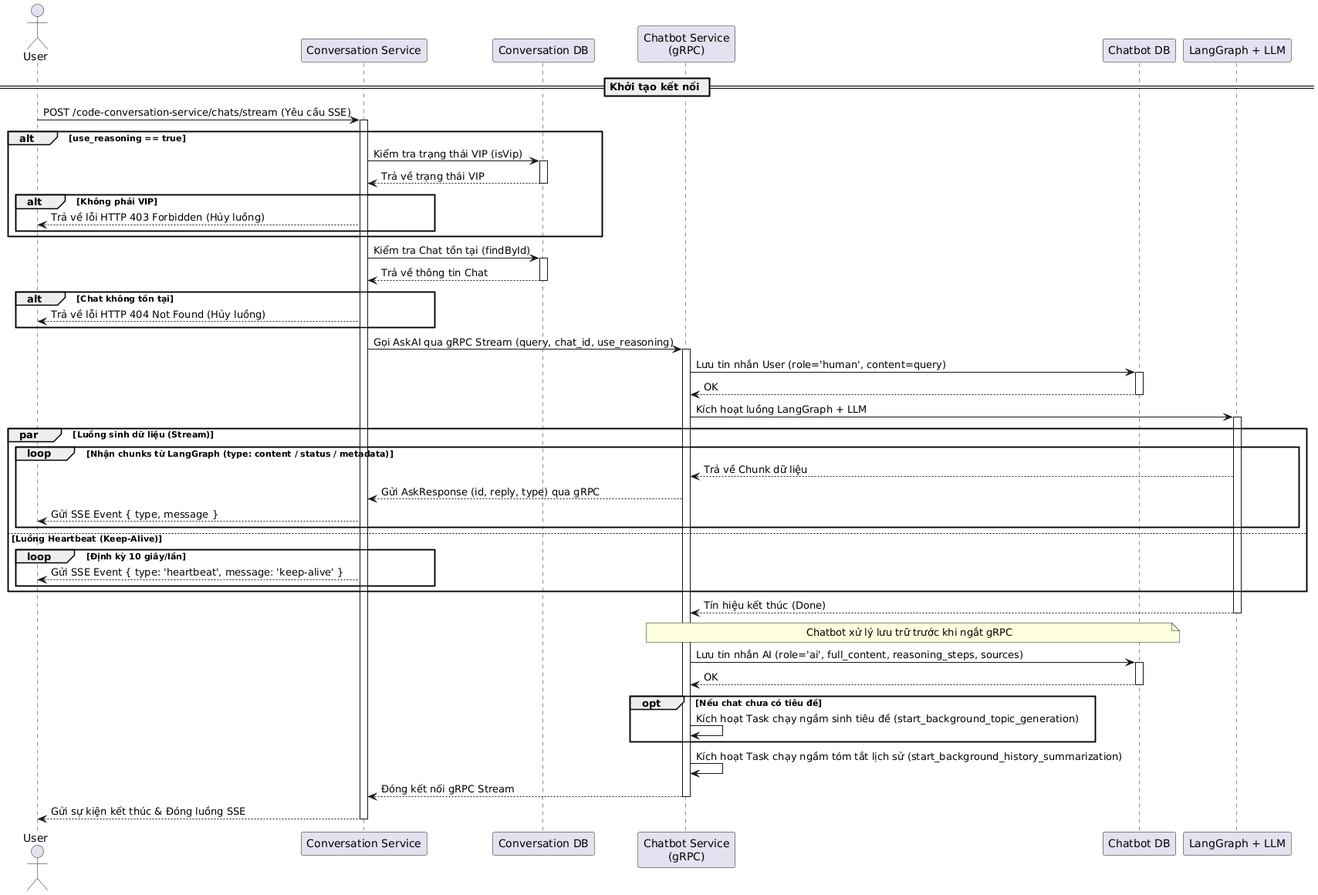
Before: temp/05-sequence/UML-Sequence-17.png, a diagram exported from PlantUML (20206205Tech/docs-uml).
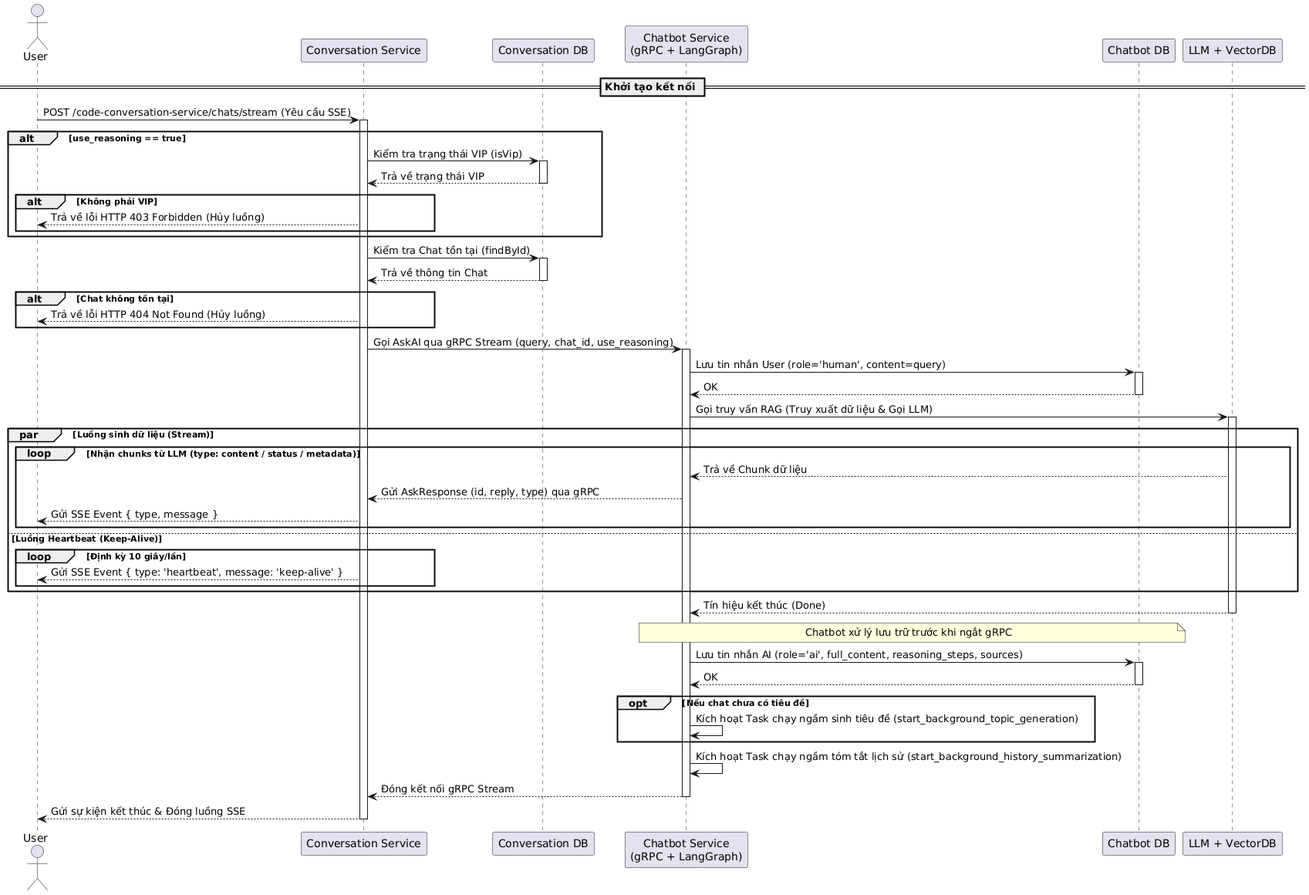
The same diagram one commit later.

The edit, as a diff of the source:
```diff
@@ -2,9 +2,9 @@
 actor User as User
 participant "Conversation Service" as ConvService
 participant "Conversation DB" as ConvDB
-participant "Chatbot Service\n(gRPC)" as Chatbot
+participant "Chatbot Service\n(gRPC + LangGraph)" as Chatbot
 participant "Chatbot DB" as ChatbotDB
-participant "LangGraph + LLM" as LLM
+participant "LLM + VectorDB" as LLM
 
 == Khởi tạo kết nối ==
 User -> ConvService: POST /code-conversation-service/chats/stream (Yêu cầu SSE)
@@ -36,11 +36,11 @@
 ChatbotDB --> Chatbot: OK
 deactivate ChatbotDB
 
-Chatbot -> LLM: Kích hoạt luồng LangGraph + LLM
+Chatbot -> LLM: Gọi truy vấn RAG (Truy xuất dữ liệu & Gọi LLM)
 activate LLM
 
 par Luồng sinh dữ liệu (Stream)
-    loop Nhận chunks từ LangGraph (type: content / status / metadata)
+    loop Nhận chunks từ LLM (type: content / status / metadata)
         LLM --> Chatbot: Trả về Chunk dữ liệu
         Chatbot --> ConvService: Gửi AskResponse (id, reply, type) qua gRPC
         ConvService --> User: Gửi SSE Event { type, message }
```
